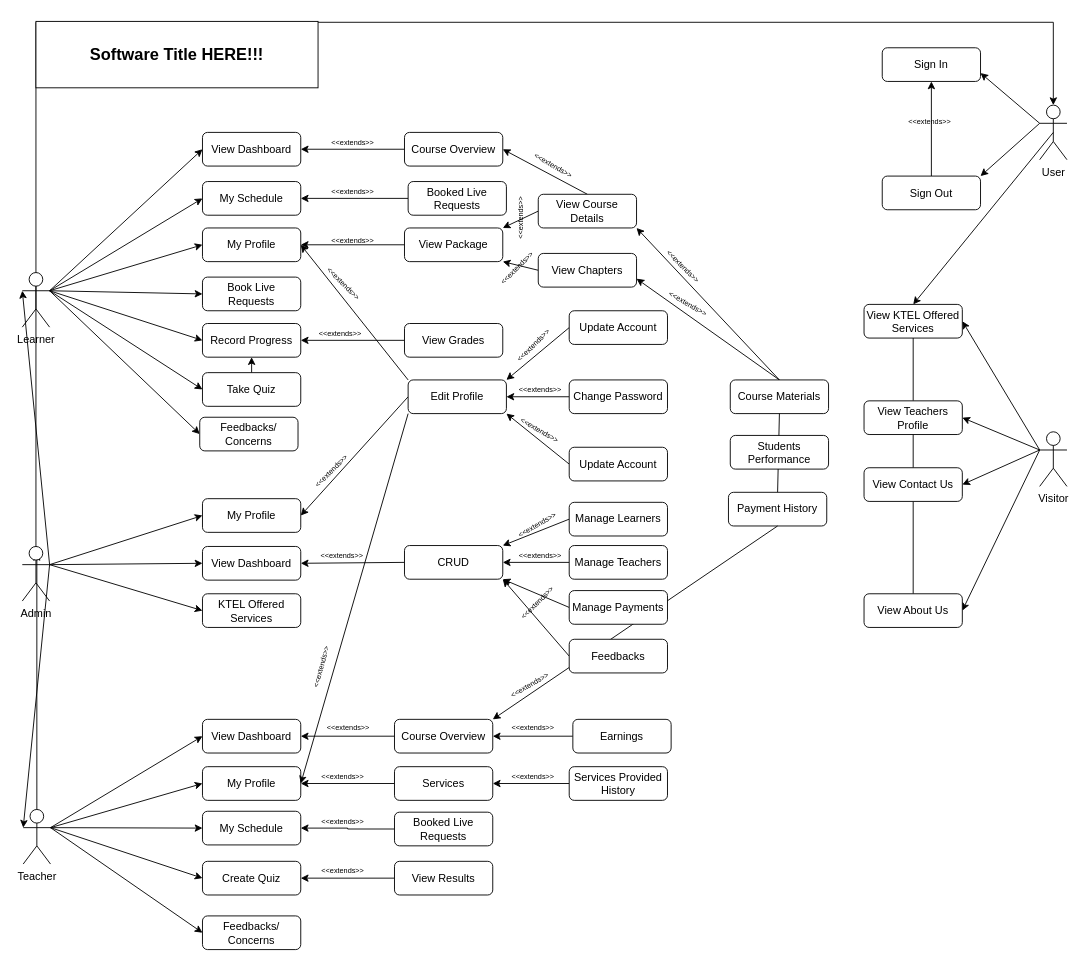
Nashciong/JavaCodes keeps this draw.io diagram as page "Use Case Diagram" (11 of 12) of Untitled Diagram.drawio. Above is the earlier version. Source tidied: cells renumbered, new cells numbered last; positions are measured from the earlier drawing's top-left corner, leaving out a move shared by most shapes. Both pictures are drawn from the tidied source at 91%, with x=0, y=0 at pixel (22, 21).
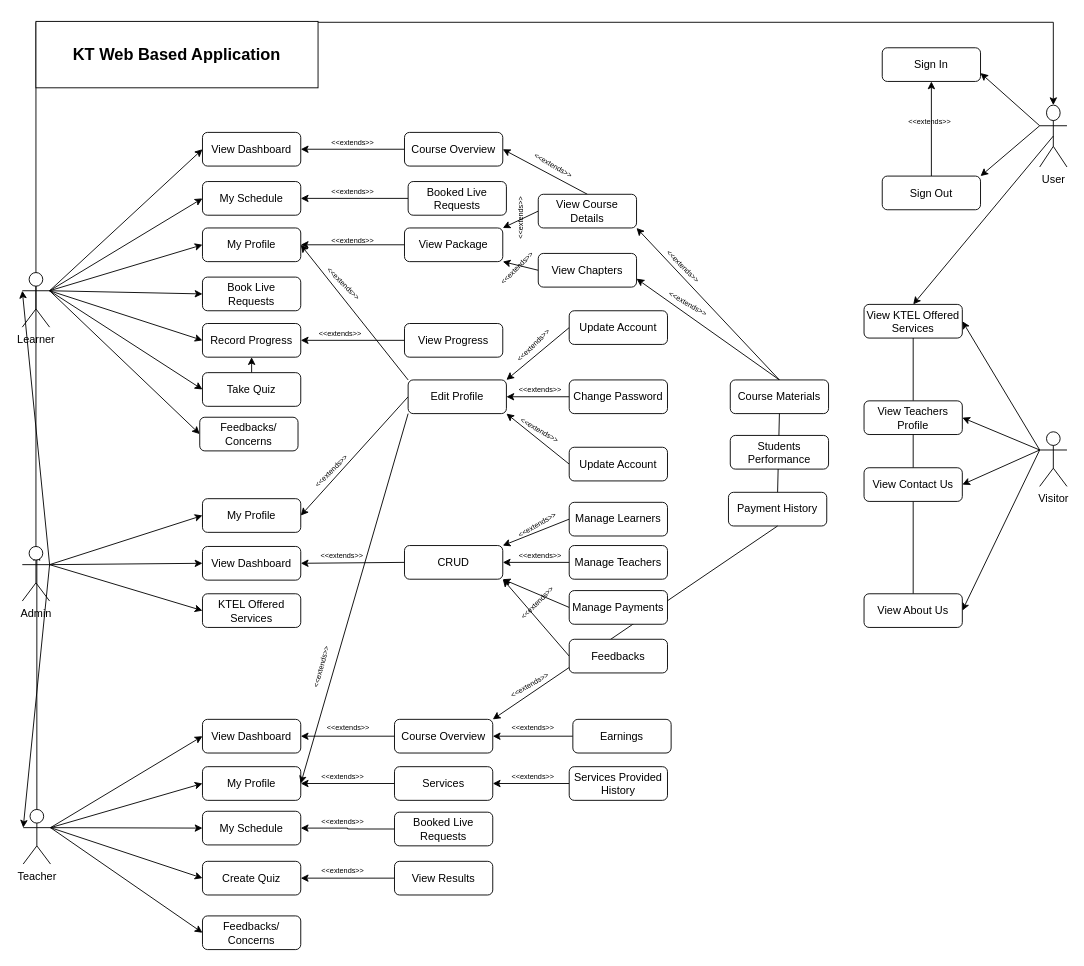
Above is the later version.

Diff of the diagram source:
```diff
@@
-    <mxCell id="91" value="View Grades" style="rounded=1;whiteSpace=wrap;html=1;" parent="1" vertex="1">
+    <mxCell id="91" value="View Progress" style="rounded=1;whiteSpace=wrap;html=1;" parent="1" vertex="1">
       <mxGeometry x="420" y="332" width="108" height="37" as="geometry" />
     </mxCell>
@@
     <mxCell id="100" value="User" style="shape=umlActor;verticalLabelPosition=bottom;verticalAlign=top;html=1;outlineConnect=0;" parent="1" vertex="1">
-      <mxGeometry x="1118" y="92" width="30" height="60" as="geometry" />
+      <mxGeometry x="1118" y="92" width="30" height="68" as="geometry" />
     </mxCell>
@@
-    <mxCell id="111" value="&lt;font style=&quot;font-size: 18px;&quot;&gt;&lt;b&gt;Software Title HERE!!!&lt;/b&gt;&lt;/font&gt;" style="rounded=0;whiteSpace=wrap;html=1;" parent="1" vertex="1">
+    <mxCell id="111" value="&lt;font style=&quot;font-size: 18px;&quot;&gt;&lt;b&gt;KT Web Based Application&lt;/b&gt;&lt;/font&gt;" style="rounded=0;whiteSpace=wrap;html=1;" parent="1" vertex="1">
       <mxGeometry x="15" width="310" height="73" as="geometry" />
     </mxCell>
```
